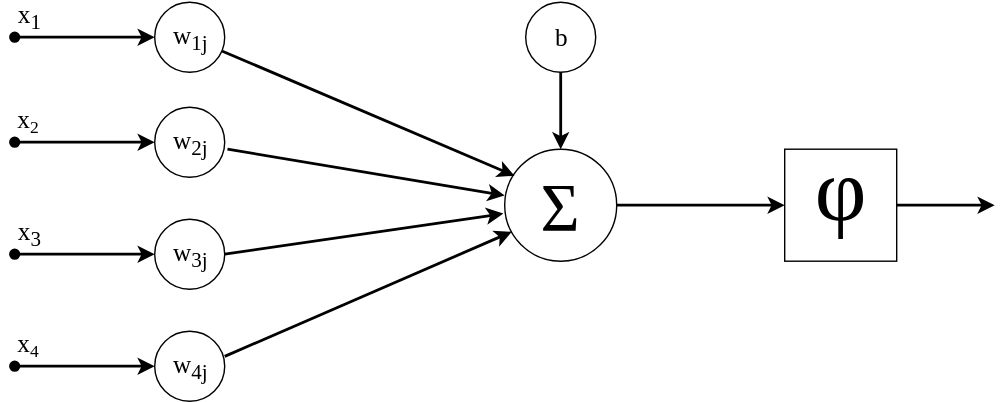
Above: src/site/images/neuron.svg in wu0o0yu/aika (draw.io), before the change. Source tidied: cells renumbered, new cells last; positions are measured from the earlier drawing's top-left corner, leaving out a move shared by most shapes. The source it was exported from:
```xml
<mxGraphModel background="#ffffff">
  <root>
    <mxCell id="0" />
    <mxCell id="1" parent="0" />
    <mxCell id="2" value="&lt;span&gt;&lt;font style=&quot;font-size: 48px&quot; face=&quot;Times New Roman&quot;&gt;Σ&lt;/font&gt;&lt;/span&gt;" style="ellipse;whiteSpace=wrap;html=1;" parent="1" vertex="1">
      <mxGeometry x="360" y="105" width="80" height="80" as="geometry" />
    </mxCell>
    <mxCell id="3" value="&lt;span&gt;&lt;br&gt;&lt;/span&gt;" style="whiteSpace=wrap;html=1;" parent="1" vertex="1">
      <mxGeometry x="560" y="105" width="80" height="80" as="geometry" />
    </mxCell>
    <mxCell id="4" value="&lt;font face=&quot;Times New Roman&quot; style=&quot;font-size: 64px&quot;&gt;φ&lt;/font&gt;" style="text;html=1;" parent="1" vertex="1">
      <mxGeometry x="580" y="90" width="30" height="30" as="geometry" />
    </mxCell>
    <mxCell id="5" value="&lt;font face=&quot;Times New Roman&quot;&gt;&lt;span style=&quot;font-size: 18px&quot;&gt;b&lt;/span&gt;&lt;/font&gt;&lt;br&gt;" style="ellipse;whiteSpace=wrap;html=1;" parent="1" vertex="1">
      <mxGeometry x="375" width="50" height="50" as="geometry" />
    </mxCell>
    <mxCell id="6" style="endArrow=classic;html=1;exitX=0.5;exitY=1;entryX=0.5;entryY=0;strokeWidth=2;" parent="1" edge="1" source="5" target="2">
      <mxGeometry relative="1" as="geometry" />
    </mxCell>
    <mxCell id="7" style="endArrow=classic;html=1;entryX=0.088;entryY=0.238;strokeWidth=2;entryPerimeter=0;" parent="1" edge="1" source="11" target="2">
      <mxGeometry relative="1" as="geometry" />
    </mxCell>
    <mxCell id="8" style="endArrow=classic;html=1;exitX=1;exitY=0.5;entryX=0;entryY=0.5;strokeWidth=2;" parent="1" edge="1" source="2" target="3">
      <mxGeometry relative="1" as="geometry" />
    </mxCell>
    <mxCell id="9" style="endArrow=classic;html=1;exitX=1;exitY=0.5;strokeWidth=2;" parent="1" edge="1" source="3">
      <mxGeometry relative="1" as="geometry">
        <mxPoint x="710" y="145" as="targetPoint" />
      </mxGeometry>
    </mxCell>
    <mxCell id="10" style="group;" parent="1" vertex="1">
      <mxGeometry width="160" height="50" as="geometry" />
    </mxCell>
    <mxCell id="11" value="&lt;font style=&quot;font-size: 18px&quot; face=&quot;Times New Roman&quot;&gt;w&lt;sub&gt;1j&lt;/sub&gt;&lt;/font&gt;" style="ellipse;whiteSpace=wrap;html=1;" parent="10" vertex="1">
      <mxGeometry x="110" width="50" height="50" as="geometry" />
    </mxCell>
    <mxCell id="12" style="endArrow=classic;html=1;entryX=0;entryY=0.5;strokeWidth=2;startArrow=oval;startFill=1;" parent="10" edge="1" target="11">
      <mxGeometry relative="1" as="geometry">
        <mxPoint x="10" y="25" as="sourcePoint" />
      </mxGeometry>
    </mxCell>
    <mxCell id="13" value="&lt;font face=&quot;Times New Roman&quot; style=&quot;font-size: 18px&quot;&gt;x&lt;sub&gt;1&lt;/sub&gt;&lt;/font&gt;" style="text;html=1;strokeColor=none;fillColor=none;align=center;verticalAlign=middle;whiteSpace=wrap;rounded=0;" parent="10" vertex="1">
      <mxGeometry width="40" height="20" as="geometry" />
    </mxCell>
    <mxCell id="14" style="group;" parent="1" vertex="1">
      <mxGeometry y="75" width="160" height="50" as="geometry" />
    </mxCell>
    <mxCell id="15" value="&lt;font style=&quot;font-size: 18px&quot; face=&quot;Times New Roman&quot;&gt;w&lt;sub&gt;2j&lt;/sub&gt;&lt;/font&gt;" style="ellipse;whiteSpace=wrap;html=1;" parent="14" vertex="1">
      <mxGeometry x="110" width="50" height="50" as="geometry" />
    </mxCell>
    <mxCell id="16" style="endArrow=classic;html=1;entryX=0;entryY=0.5;strokeWidth=2;startArrow=oval;startFill=1;" parent="14" edge="1" target="15">
      <mxGeometry relative="1" as="geometry">
        <mxPoint x="10" y="25" as="sourcePoint" />
      </mxGeometry>
    </mxCell>
    <mxCell id="17" value="&lt;font face=&quot;Times New Roman&quot; style=&quot;font-size: 18px&quot;&gt;x&lt;/font&gt;&lt;font face=&quot;Times New Roman&quot; style=&quot;font-size: 15px&quot;&gt;&lt;sub&gt;2&lt;/sub&gt;&lt;/font&gt;" style="text;html=1;strokeColor=none;fillColor=none;align=center;verticalAlign=middle;whiteSpace=wrap;rounded=0;" parent="14" vertex="1">
      <mxGeometry width="40" height="20" as="geometry" />
    </mxCell>
    <mxCell id="18" style="group;" parent="1" vertex="1">
      <mxGeometry y="155" width="160" height="50" as="geometry" />
    </mxCell>
    <mxCell id="19" value="&lt;font style=&quot;font-size: 18px&quot; face=&quot;Times New Roman&quot;&gt;w&lt;sub&gt;3j&lt;/sub&gt;&lt;/font&gt;" style="ellipse;whiteSpace=wrap;html=1;" parent="18" vertex="1">
      <mxGeometry x="110" width="50" height="50" as="geometry" />
    </mxCell>
    <mxCell id="20" style="endArrow=classic;html=1;entryX=0;entryY=0.5;strokeWidth=2;startArrow=oval;startFill=1;" parent="18" edge="1" target="19">
      <mxGeometry relative="1" as="geometry">
        <mxPoint x="10" y="25" as="sourcePoint" />
      </mxGeometry>
    </mxCell>
    <mxCell id="21" value="&lt;font face=&quot;Times New Roman&quot; style=&quot;font-size: 18px&quot;&gt;x&lt;sub&gt;3&lt;/sub&gt;&lt;/font&gt;" style="text;html=1;strokeColor=none;fillColor=none;align=center;verticalAlign=middle;whiteSpace=wrap;rounded=0;" parent="18" vertex="1">
      <mxGeometry width="40" height="20" as="geometry" />
    </mxCell>
    <mxCell id="22" style="group;" parent="1" vertex="1">
      <mxGeometry y="235" width="160" height="50" as="geometry" />
    </mxCell>
    <mxCell id="23" value="&lt;font style=&quot;font-size: 18px&quot; face=&quot;Times New Roman&quot;&gt;w&lt;sub&gt;4j&lt;/sub&gt;&lt;/font&gt;" style="ellipse;whiteSpace=wrap;html=1;" parent="22" vertex="1">
      <mxGeometry x="110" width="50" height="50" as="geometry" />
    </mxCell>
    <mxCell id="24" style="endArrow=classic;html=1;entryX=0;entryY=0.5;strokeWidth=2;startArrow=oval;startFill=1;" parent="22" edge="1" target="23">
      <mxGeometry relative="1" as="geometry">
        <mxPoint x="10" y="25" as="sourcePoint" />
      </mxGeometry>
    </mxCell>
    <mxCell id="25" value="&lt;font face=&quot;Times New Roman&quot; style=&quot;font-size: 18px&quot;&gt;x&lt;/font&gt;&lt;font face=&quot;Times New Roman&quot; style=&quot;font-size: 15px&quot;&gt;&lt;sub&gt;4&lt;/sub&gt;&lt;/font&gt;" style="text;html=1;strokeColor=none;fillColor=none;align=center;verticalAlign=middle;whiteSpace=wrap;rounded=0;" parent="22" vertex="1">
      <mxGeometry width="40" height="20" as="geometry" />
    </mxCell>
    <mxCell id="26" style="endArrow=classic;html=1;strokeWidth=2;" parent="1" edge="1">
      <mxGeometry relative="1" as="geometry">
        <mxPoint x="162" y="105" as="sourcePoint" />
        <mxPoint x="360" y="138" as="targetPoint" />
      </mxGeometry>
    </mxCell>
    <mxCell id="27" style="endArrow=classic;html=1;strokeWidth=2;exitX=1;exitY=0.5;" parent="1" edge="1" source="19">
      <mxGeometry relative="1" as="geometry">
        <mxPoint x="359" y="151" as="targetPoint" />
      </mxGeometry>
    </mxCell>
    <mxCell id="28" style="endArrow=classic;html=1;strokeWidth=2;exitX=1;exitY=0.36;exitPerimeter=0;" parent="1" edge="1" source="23">
      <mxGeometry relative="1" as="geometry">
        <mxPoint x="365" y="164" as="targetPoint" />
      </mxGeometry>
    </mxCell>
  </root>
</mxGraphModel>
```
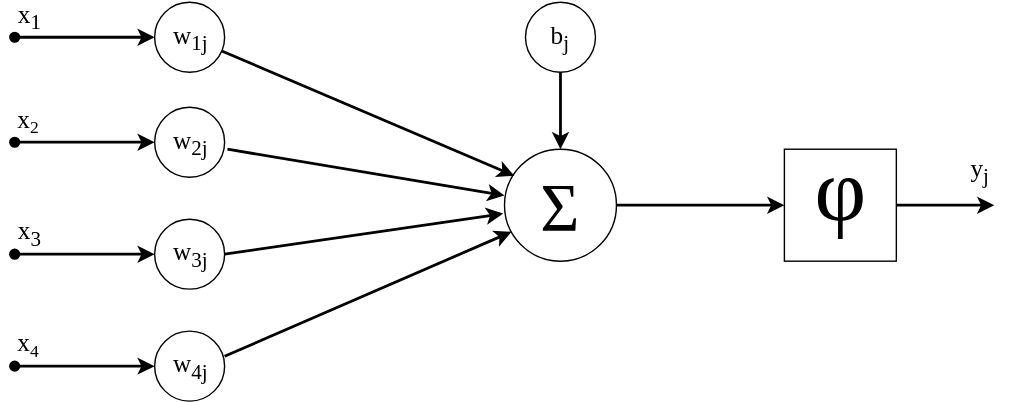
Later version of the same file.

The edit, as a diff of the source:
```diff
@@ -1,4 +1,4 @@
-<mxGraphModel background="#ffffff">
+<mxGraphModel>
   <root>
     <mxCell id="0" />
     <mxCell id="1" parent="0" />
@@ -11,7 +11,7 @@
     <mxCell id="4" value="&lt;font face=&quot;Times New Roman&quot; style=&quot;font-size: 64px&quot;&gt;φ&lt;/font&gt;" style="text;html=1;" parent="1" vertex="1">
       <mxGeometry x="580" y="90" width="30" height="30" as="geometry" />
     </mxCell>
-    <mxCell id="5" value="&lt;font face=&quot;Times New Roman&quot;&gt;&lt;span style=&quot;font-size: 18px&quot;&gt;b&lt;/span&gt;&lt;/font&gt;&lt;br&gt;" style="ellipse;whiteSpace=wrap;html=1;" parent="1" vertex="1">
+    <mxCell id="5" value="&lt;font face=&quot;Times New Roman&quot;&gt;&lt;span style=&quot;font-size: 18px&quot;&gt;b&lt;sub&gt;j&lt;/sub&gt;&lt;/span&gt;&lt;/font&gt;&lt;br&gt;" style="ellipse;whiteSpace=wrap;html=1;" parent="1" vertex="1">
       <mxGeometry x="375" width="50" height="50" as="geometry" />
     </mxCell>
     <mxCell id="6" style="endArrow=classic;html=1;exitX=0.5;exitY=1;entryX=0.5;entryY=0;strokeWidth=2;" parent="1" edge="1" source="5" target="2">
@@ -100,5 +100,8 @@
         <mxPoint x="365" y="164" as="targetPoint" />
       </mxGeometry>
     </mxCell>
+    <mxCell id="29" value="&lt;font style=&quot;font-size: 18px&quot; face=&quot;Times New Roman&quot;&gt;y&lt;sub&gt;j&lt;/sub&gt;&lt;/font&gt;" style="text;html=1;strokeColor=none;fillColor=none;align=center;verticalAlign=middle;whiteSpace=wrap;rounded=0;" parent="1" vertex="1">
+      <mxGeometry x="680" y="110" width="40" height="20" as="geometry" />
+    </mxCell>
   </root>
 </mxGraphModel>
```
